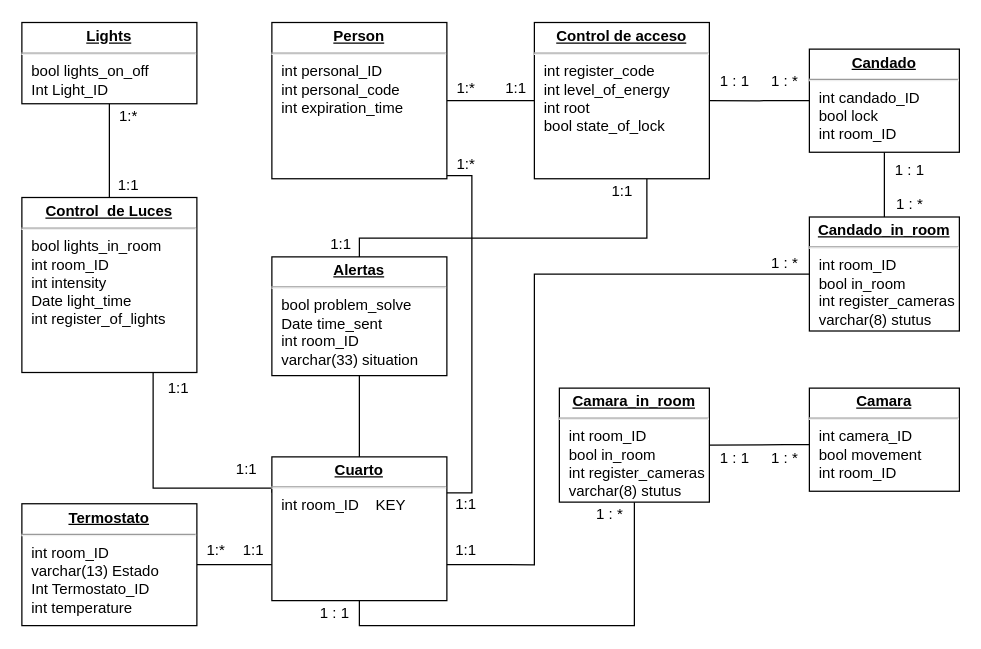
Above: act3/Tarea 3 en equipo.drawio in DemiurgeApeiron/A01028325-InternetOfThings (draw.io), before the change. Source tidied: cells renumbered, new cells numbered last; positions are measured from the earlier drawing's top-left corner, leaving out a move shared by most shapes. Both pictures are drawn from the tidied source at 125%, with x=0, y=0 at pixel (21, 22).
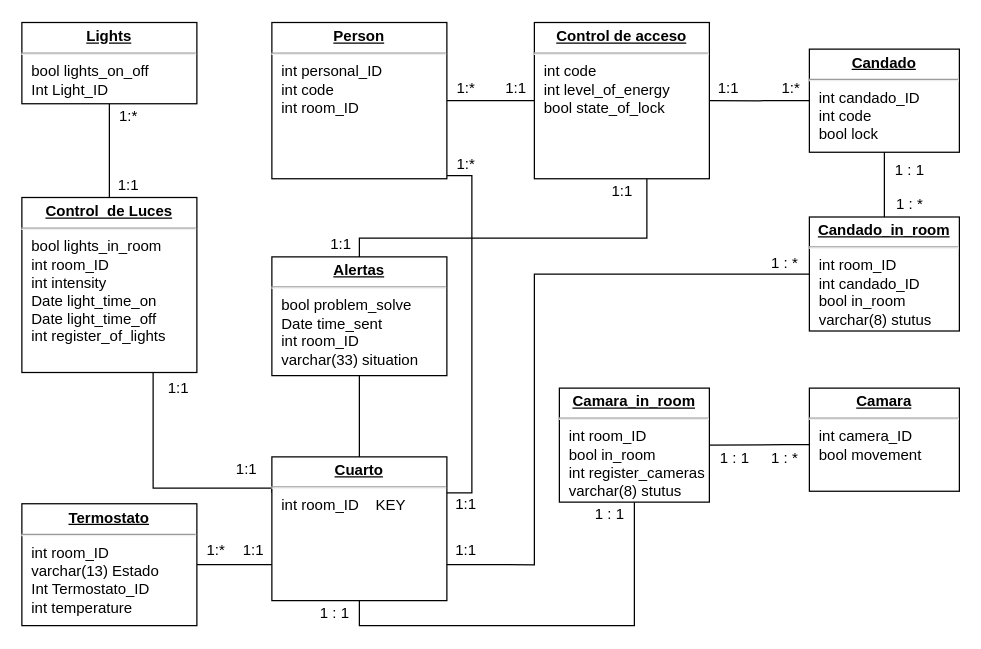
After the change.

Diff of the diagram source:
```diff
@@
-    <mxCell id="2" value="&lt;p style=&quot;margin: 0px ; margin-top: 4px ; text-align: center ; text-decoration: underline&quot;&gt;&lt;b&gt;Control&amp;nbsp; de Luces&lt;/b&gt;&lt;/p&gt;&lt;hr&gt;&lt;p style=&quot;margin: 0px ; margin-left: 8px&quot;&gt;bool lights_in_room&lt;/p&gt;&lt;p style=&quot;margin: 0px ; margin-left: 8px&quot;&gt;int room_ID&lt;/p&gt;&lt;p style=&quot;margin: 0px ; margin-left: 8px&quot;&gt;int intensity&lt;/p&gt;&lt;p style=&quot;margin: 0px ; margin-left: 8px&quot;&gt;Date light_time&lt;/p&gt;&lt;p style=&quot;margin: 0px ; margin-left: 8px&quot;&gt;int register_of_lights&lt;/p&gt;&lt;p style=&quot;margin: 0px ; margin-left: 8px&quot;&gt;&lt;br&gt;&lt;/p&gt;&lt;p style=&quot;margin: 0px ; margin-left: 8px&quot;&gt;&lt;br&gt;&lt;/p&gt;" style="verticalAlign=top;align=left;overflow=fill;fontSize=12;fontFamily=Helvetica;html=1;rounded=0;shadow=0;comic=0;labelBackgroundColor=none;strokeWidth=1;" parent="1" vertex="1">
+    <mxCell id="2" value="&lt;p style=&quot;margin: 0px ; margin-top: 4px ; text-align: center ; text-decoration: underline&quot;&gt;&lt;b&gt;Control&amp;nbsp; de Luces&lt;/b&gt;&lt;/p&gt;&lt;hr&gt;&lt;p style=&quot;margin: 0px ; margin-left: 8px&quot;&gt;bool lights_in_room&lt;/p&gt;&lt;p style=&quot;margin: 0px ; margin-left: 8px&quot;&gt;int room_ID&lt;/p&gt;&lt;p style=&quot;margin: 0px ; margin-left: 8px&quot;&gt;int intensity&lt;/p&gt;&lt;p style=&quot;margin: 0px ; margin-left: 8px&quot;&gt;Date light_time_on&lt;/p&gt;&lt;p style=&quot;margin: 0px ; margin-left: 8px&quot;&gt;Date light_time_off&lt;/p&gt;&lt;p style=&quot;margin: 0px ; margin-left: 8px&quot;&gt;int register_of_lights&lt;/p&gt;&lt;p style=&quot;margin: 0px ; margin-left: 8px&quot;&gt;&lt;br&gt;&lt;/p&gt;&lt;p style=&quot;margin: 0px ; margin-left: 8px&quot;&gt;&lt;br&gt;&lt;/p&gt;" style="verticalAlign=top;align=left;overflow=fill;fontSize=12;fontFamily=Helvetica;html=1;rounded=0;shadow=0;comic=0;labelBackgroundColor=none;strokeWidth=1;" parent="1" vertex="1">
       <mxGeometry y="139.5" width="140" height="140" as="geometry" />
     </mxCell>
@@
-    <mxCell id="9" value="&lt;p style=&quot;margin: 0px ; margin-top: 4px ; text-align: center ; text-decoration: underline&quot;&gt;&lt;b&gt;Control de acceso&lt;/b&gt;&lt;/p&gt;&lt;hr&gt;&lt;p style=&quot;margin: 0px ; margin-left: 8px&quot;&gt;int register_code&lt;/p&gt;&lt;p style=&quot;margin: 0px ; margin-left: 8px&quot;&gt;int level_of_energy&lt;/p&gt;&lt;p style=&quot;margin: 0px ; margin-left: 8px&quot;&gt;int root&lt;/p&gt;&lt;p style=&quot;margin: 0px ; margin-left: 8px&quot;&gt;bool state_of_lock&lt;/p&gt;&lt;p style=&quot;margin: 0px ; margin-left: 8px&quot;&gt;&lt;br&gt;&lt;/p&gt;" style="verticalAlign=top;align=left;overflow=fill;fontSize=12;fontFamily=Helvetica;html=1;rounded=0;shadow=0;comic=0;labelBackgroundColor=none;strokeWidth=1;" parent="1" vertex="1">
+    <mxCell id="9" value="&lt;p style=&quot;margin: 0px ; margin-top: 4px ; text-align: center ; text-decoration: underline&quot;&gt;&lt;b&gt;Control de acceso&lt;/b&gt;&lt;/p&gt;&lt;hr&gt;&lt;p style=&quot;margin: 0px ; margin-left: 8px&quot;&gt;int code&lt;/p&gt;&lt;p style=&quot;margin: 0px ; margin-left: 8px&quot;&gt;int level_of_energy&lt;/p&gt;&lt;p style=&quot;margin: 0px ; margin-left: 8px&quot;&gt;bool state_of_lock&lt;/p&gt;&lt;p style=&quot;margin: 0px ; margin-left: 8px&quot;&gt;&lt;br&gt;&lt;/p&gt;" style="verticalAlign=top;align=left;overflow=fill;fontSize=12;fontFamily=Helvetica;html=1;rounded=0;shadow=0;comic=0;labelBackgroundColor=none;strokeWidth=1;" parent="1" vertex="1">
       <mxGeometry x="410" y="-0.5" width="140" height="125" as="geometry" />
     </mxCell>
@@
-    <mxCell id="17" value="&lt;p style=&quot;margin: 0px ; margin-top: 4px ; text-align: center ; text-decoration: underline&quot;&gt;&lt;b&gt;Person&lt;/b&gt;&lt;/p&gt;&lt;hr&gt;&lt;p style=&quot;margin: 0px ; margin-left: 8px&quot;&gt;int personal_ID&lt;/p&gt;&lt;p style=&quot;margin: 0px ; margin-left: 8px&quot;&gt;int personal_code&lt;/p&gt;&lt;p style=&quot;margin: 0px ; margin-left: 8px&quot;&gt;int expiration_time&lt;/p&gt;" style="verticalAlign=top;align=left;overflow=fill;fontSize=12;fontFamily=Helvetica;html=1;rounded=0;shadow=0;comic=0;labelBackgroundColor=none;strokeWidth=1;" parent="1" vertex="1">
+    <mxCell id="17" value="&lt;p style=&quot;margin: 0px ; margin-top: 4px ; text-align: center ; text-decoration: underline&quot;&gt;&lt;b&gt;Person&lt;/b&gt;&lt;/p&gt;&lt;hr&gt;&lt;p style=&quot;margin: 0px ; margin-left: 8px&quot;&gt;int personal_ID&lt;/p&gt;&lt;p style=&quot;margin: 0px ; margin-left: 8px&quot;&gt;int code&lt;br&gt;&lt;/p&gt;&lt;p style=&quot;margin: 0px ; margin-left: 8px&quot;&gt;int room_ID&lt;br&gt;&lt;/p&gt;" style="verticalAlign=top;align=left;overflow=fill;fontSize=12;fontFamily=Helvetica;html=1;rounded=0;shadow=0;comic=0;labelBackgroundColor=none;strokeWidth=1;" parent="1" vertex="1">
       <mxGeometry x="200" y="-0.5" width="140" height="125" as="geometry" />
     </mxCell>
@@
-    <mxCell id="24" value="&lt;p style=&quot;margin: 0px ; margin-top: 4px ; text-align: center ; text-decoration: underline&quot;&gt;&lt;b&gt;Camara&lt;/b&gt;&lt;/p&gt;&lt;hr&gt;&lt;p style=&quot;margin: 0px ; margin-left: 8px&quot;&gt;int camera_ID&lt;/p&gt;&lt;p style=&quot;margin: 0px ; margin-left: 8px&quot;&gt;bool movement&lt;/p&gt;&lt;p style=&quot;margin: 0px ; margin-left: 8px&quot;&gt;int room_ID&lt;/p&gt;" style="verticalAlign=top;align=left;overflow=fill;fontSize=12;fontFamily=Helvetica;html=1;rounded=0;shadow=0;comic=0;labelBackgroundColor=none;strokeWidth=1;" parent="1" vertex="1">
+    <mxCell id="24" value="&lt;p style=&quot;margin: 0px ; margin-top: 4px ; text-align: center ; text-decoration: underline&quot;&gt;&lt;b&gt;Camara&lt;/b&gt;&lt;/p&gt;&lt;hr&gt;&lt;p style=&quot;margin: 0px ; margin-left: 8px&quot;&gt;int camera_ID&lt;/p&gt;&lt;p style=&quot;margin: 0px ; margin-left: 8px&quot;&gt;bool movement&lt;/p&gt;" style="verticalAlign=top;align=left;overflow=fill;fontSize=12;fontFamily=Helvetica;html=1;rounded=0;shadow=0;comic=0;labelBackgroundColor=none;strokeWidth=1;" parent="1" vertex="1">
       <mxGeometry x="630" y="292" width="120" height="82.5" as="geometry" />
     </mxCell>
@@
-    <mxCell id="29" value="1 : *" style="text;html=1;align=center;verticalAlign=middle;" parent="1" vertex="1">
+    <mxCell id="29" value="1 : 1" style="text;html=1;align=center;verticalAlign=middle;" parent="1" vertex="1">
       <mxGeometry x="450" y="383.2" width="40" height="20" as="geometry" />
     </mxCell>
@@
-    <mxCell id="36" value="&lt;p style=&quot;margin: 0px ; margin-top: 4px ; text-align: center ; text-decoration: underline&quot;&gt;&lt;b&gt;Candado&lt;/b&gt;&lt;/p&gt;&lt;hr&gt;&lt;p style=&quot;margin: 0px ; margin-left: 8px&quot;&gt;int candado_ID&lt;/p&gt;&lt;p style=&quot;margin: 0px ; margin-left: 8px&quot;&gt;bool lock&lt;/p&gt;&lt;p style=&quot;margin: 0px ; margin-left: 8px&quot;&gt;int room_ID&lt;/p&gt;" style="verticalAlign=top;align=left;overflow=fill;fontSize=12;fontFamily=Helvetica;html=1;rounded=0;shadow=0;comic=0;labelBackgroundColor=none;strokeWidth=1;" parent="1" vertex="1">
+    <mxCell id="36" value="&lt;p style=&quot;margin: 0px ; margin-top: 4px ; text-align: center ; text-decoration: underline&quot;&gt;&lt;b&gt;Candado&lt;/b&gt;&lt;/p&gt;&lt;hr&gt;&lt;p style=&quot;margin: 0px ; margin-left: 8px&quot;&gt;int candado_ID&lt;/p&gt;&lt;p style=&quot;margin: 0px ; margin-left: 8px&quot;&gt;int code&lt;br&gt;&lt;/p&gt;&lt;p style=&quot;margin: 0px ; margin-left: 8px&quot;&gt;bool lock&lt;/p&gt;" style="verticalAlign=top;align=left;overflow=fill;fontSize=12;fontFamily=Helvetica;html=1;rounded=0;shadow=0;comic=0;labelBackgroundColor=none;strokeWidth=1;" parent="1" vertex="1">
       <mxGeometry x="630" y="20.8" width="120" height="82.5" as="geometry" />
     </mxCell>
@@
-    <mxCell id="39" value="&lt;p style=&quot;margin: 0px ; margin-top: 4px ; text-align: center ; text-decoration: underline&quot;&gt;&lt;b&gt;Candado_in_room&lt;/b&gt;&lt;/p&gt;&lt;hr&gt;&lt;p style=&quot;margin: 0px ; margin-left: 8px&quot;&gt;int room_ID&lt;/p&gt;&lt;p style=&quot;margin: 0px ; margin-left: 8px&quot;&gt;bool in_room&lt;/p&gt;&lt;p style=&quot;margin: 0px ; margin-left: 8px&quot;&gt;int register_cameras&lt;/p&gt;&lt;p style=&quot;margin: 0px ; margin-left: 8px&quot;&gt;varchar(8) stutus&lt;br&gt;&lt;/p&gt;" style="verticalAlign=top;align=left;overflow=fill;fontSize=12;fontFamily=Helvetica;html=1;rounded=0;shadow=0;comic=0;labelBackgroundColor=none;strokeWidth=1;" parent="1" vertex="1">
+    <mxCell id="39" value="&lt;p style=&quot;margin: 0px ; margin-top: 4px ; text-align: center ; text-decoration: underline&quot;&gt;&lt;b&gt;Candado_in_room&lt;/b&gt;&lt;/p&gt;&lt;hr&gt;&lt;p style=&quot;margin: 0px ; margin-left: 8px&quot;&gt;int room_ID&lt;/p&gt;&lt;p style=&quot;margin: 0px ; margin-left: 8px&quot;&gt;int candado_ID&lt;/p&gt;&lt;p style=&quot;margin: 0px ; margin-left: 8px&quot;&gt;bool in_room&lt;/p&gt;&lt;p style=&quot;margin: 0px ; margin-left: 8px&quot;&gt;varchar(8) stutus&lt;br&gt;&lt;/p&gt;" style="verticalAlign=top;align=left;overflow=fill;fontSize=12;fontFamily=Helvetica;html=1;rounded=0;shadow=0;comic=0;labelBackgroundColor=none;strokeWidth=1;" parent="1" vertex="1">
       <mxGeometry x="630" y="155.1" width="120" height="91.2" as="geometry" />
     </mxCell>
@@
-    <mxCell id="41" value="1 : 1" style="text;html=1;align=center;verticalAlign=middle;" parent="1" vertex="1">
-      <mxGeometry x="550" y="37" width="40" height="20" as="geometry" />
+    <mxCell id="41" value="1:1" style="text;html=1;align=center;verticalAlign=middle;" parent="1" vertex="1">
+      <mxGeometry x="550" y="42" width="30" height="20" as="geometry" />
     </mxCell>
-    <mxCell id="42" value="1 : *" style="text;html=1;align=center;verticalAlign=middle;" parent="1" vertex="1">
-      <mxGeometry x="590" y="37" width="40" height="20" as="geometry" />
+    <mxCell id="42" value="1:*" style="text;html=1;align=center;verticalAlign=middle;" parent="1" vertex="1">
+      <mxGeometry x="600" y="42" width="30" height="20" as="geometry" />
     </mxCell>
```
